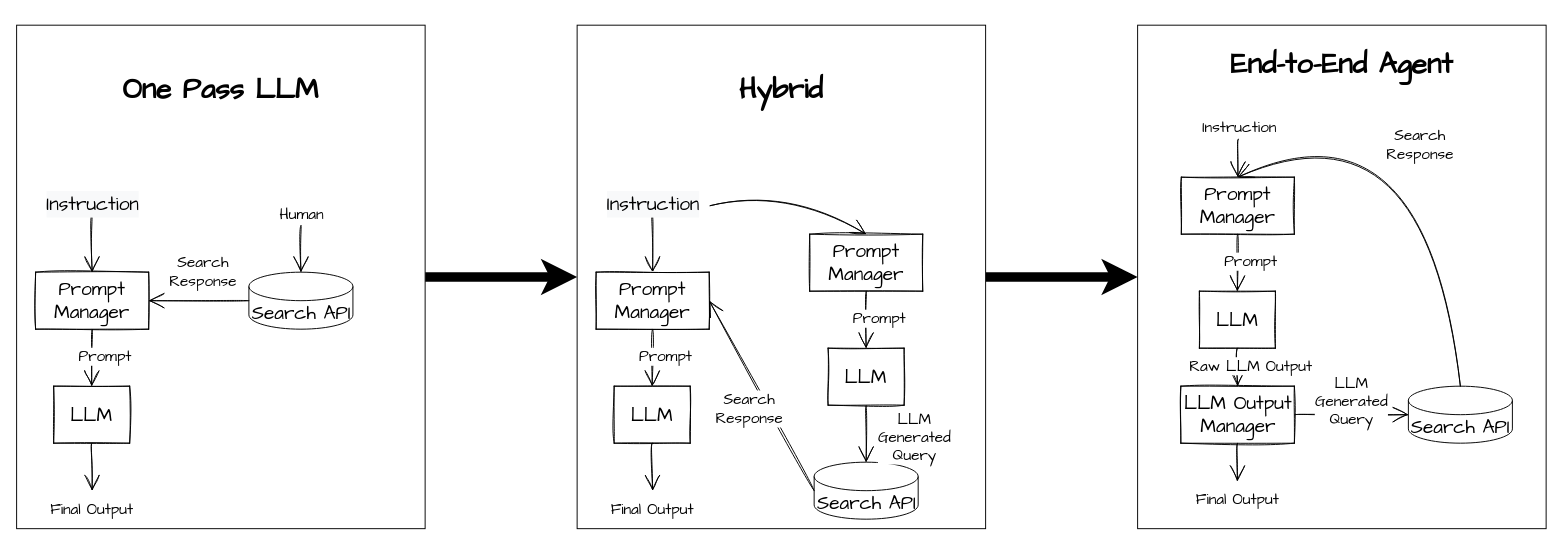
The draw.io diagram page "Spectrum" (6 of 6) of img/LLMsTextSketch.drawio in dshieble/dshieble.github.io, before the edit. Source tidied: cells renumbered, new cells numbered last; positions are measured from the earlier drawing's top-left corner, leaving out a move shared by most shapes. Both pictures are drawn from the tidied source at 95%, with x=0, y=0 at pixel (16, 25).
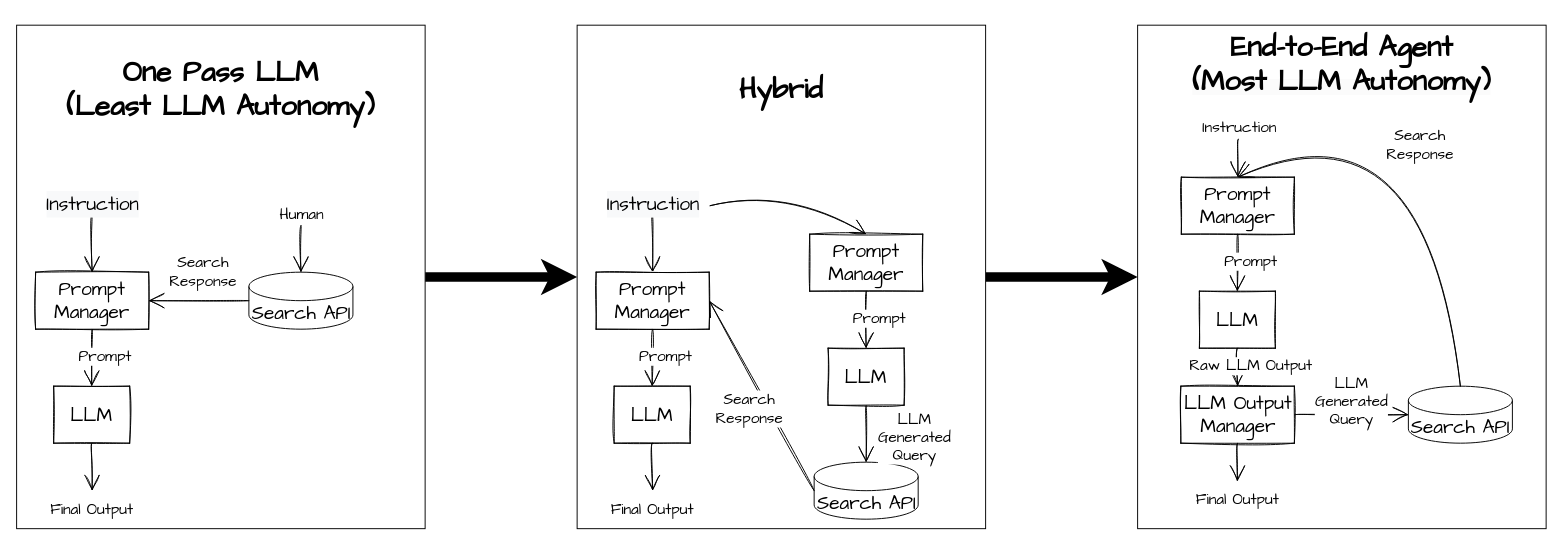
The same page after the edit.

Change to the diagram source:
```diff
@@
-    <mxCell id="3" value="&lt;b style=&quot;border-color: var(--border-color); font-family: &amp;quot;Architects Daughter&amp;quot;;&quot;&gt;&lt;font style=&quot;border-color: var(--border-color); font-size: 30px;&quot;&gt;One Pass LLM&lt;br&gt;&lt;br&gt;&lt;br&gt;&lt;br&gt;&lt;br&gt;&lt;br&gt;&lt;br&gt;&lt;br&gt;&lt;br&gt;&lt;br&gt;&lt;br&gt;&lt;br style=&quot;border-color: var(--border-color);&quot;&gt;&lt;/font&gt;&lt;/b&gt;" style="rounded=0;whiteSpace=wrap;html=1;" parent="1" vertex="1">
+    <mxCell id="3" value="&lt;b style=&quot;border-color: var(--border-color); font-family: &amp;quot;Architects Daughter&amp;quot;;&quot;&gt;&lt;font style=&quot;border-color: var(--border-color); font-size: 30px;&quot;&gt;One Pass LLM&lt;br&gt;(Least LLM Autonomy)&lt;br&gt;&lt;br&gt;&lt;br&gt;&lt;br&gt;&lt;br&gt;&lt;br&gt;&lt;br&gt;&lt;br&gt;&lt;br&gt;&lt;br&gt;&lt;br&gt;&lt;br style=&quot;border-color: var(--border-color);&quot;&gt;&lt;/font&gt;&lt;/b&gt;" style="rounded=0;whiteSpace=wrap;html=1;" parent="1" vertex="1">
       <mxGeometry width="430" height="530" as="geometry" />
     </mxCell>
-    <mxCell id="4" value="&lt;span style=&quot;color: rgb(0, 0, 0); font-family: &amp;quot;Architects Daughter&amp;quot;; font-style: normal; font-variant-ligatures: normal; font-variant-caps: normal; letter-spacing: normal; orphans: 2; text-align: center; text-indent: 0px; text-transform: none; widows: 2; word-spacing: 0px; -webkit-text-stroke-width: 0px; background-color: rgb(255, 255, 255); text-decoration-thickness: initial; text-decoration-style: initial; text-decoration-color: initial; float: none; display: inline !important;&quot;&gt;&lt;br&gt;&lt;b style=&quot;&quot;&gt;&lt;font style=&quot;font-size: 30px;&quot;&gt;End-to-End Agent&lt;br&gt;&lt;/font&gt;&lt;/b&gt;&lt;br&gt;&lt;br&gt;&lt;br&gt;&lt;br&gt;&lt;br&gt;&lt;br&gt;&lt;br&gt;&lt;br&gt;&lt;br&gt;&lt;br&gt;&lt;br&gt;&lt;br&gt;&lt;br&gt;&lt;br&gt;&lt;br&gt;&lt;br&gt;&lt;br&gt;&lt;br&gt;&lt;br&gt;&lt;br&gt;&lt;br&gt;&lt;br&gt;&lt;br&gt;&lt;br&gt;&lt;br&gt;&lt;br&gt;&lt;br&gt;&lt;br&gt;&lt;br&gt;&lt;br&gt;&lt;/span&gt;" style="rounded=0;whiteSpace=wrap;html=1;" parent="1" vertex="1">
+    <mxCell id="4" value="&lt;span style=&quot;color: rgb(0, 0, 0); font-family: &amp;quot;Architects Daughter&amp;quot;; font-style: normal; font-variant-ligatures: normal; font-variant-caps: normal; letter-spacing: normal; orphans: 2; text-align: center; text-indent: 0px; text-transform: none; widows: 2; word-spacing: 0px; -webkit-text-stroke-width: 0px; background-color: rgb(255, 255, 255); text-decoration-thickness: initial; text-decoration-style: initial; text-decoration-color: initial; float: none; display: inline !important;&quot;&gt;&lt;br&gt;&lt;b style=&quot;&quot;&gt;&lt;font style=&quot;font-size: 30px;&quot;&gt;End-to-End Agent&lt;br&gt;&lt;/font&gt;&lt;/b&gt;&lt;b style=&quot;border-color: var(--border-color); background-color: rgb(251, 251, 251);&quot;&gt;&lt;font style=&quot;border-color: var(--border-color); font-size: 30px;&quot;&gt;(Most LLM Autonomy)&lt;br style=&quot;border-color: var(--border-color);&quot;&gt;&lt;/font&gt;&lt;/b&gt;&lt;br&gt;&lt;br&gt;&lt;br&gt;&lt;br&gt;&lt;br&gt;&lt;br&gt;&lt;br&gt;&lt;br&gt;&lt;br&gt;&lt;br&gt;&lt;br&gt;&lt;br&gt;&lt;br&gt;&lt;br&gt;&lt;br&gt;&lt;br&gt;&lt;br&gt;&lt;br&gt;&lt;br&gt;&lt;br&gt;&lt;br&gt;&lt;br&gt;&lt;br&gt;&lt;br&gt;&lt;br&gt;&lt;br&gt;&lt;br&gt;&lt;br&gt;&lt;br&gt;&lt;br&gt;&lt;/span&gt;" style="rounded=0;whiteSpace=wrap;html=1;" parent="1" vertex="1">
       <mxGeometry x="1180" width="430" height="530" as="geometry" />
     </mxCell>
```
